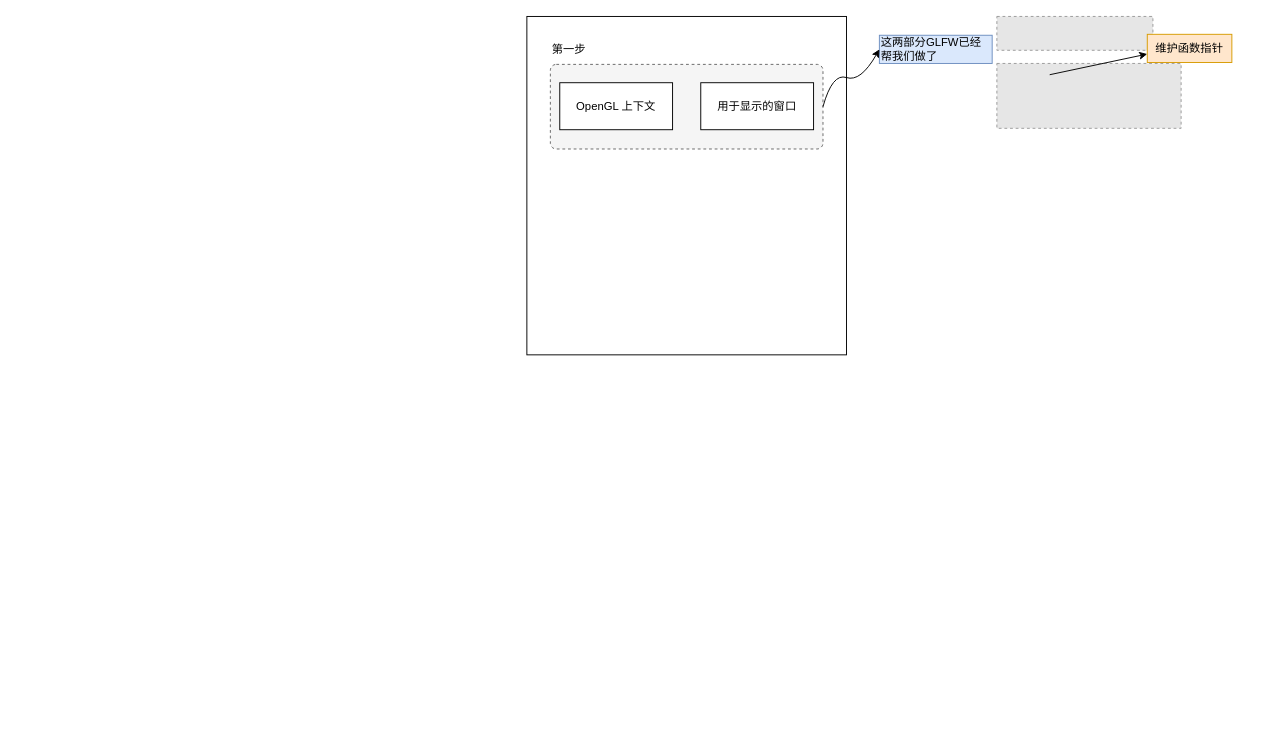
Earlier version of the draw.io diagram openGL.drawio (loflyer/learnopengl). Source tidied: cells renumbered, new cells numbered last; positions are measured from the earlier drawing's top-left corner, leaving out a move shared by most shapes. Both pictures are drawn from the tidied source at 94%, with x=0, y=0 at pixel (526, 16). Pictures stored in the file or linked from it are replaced by grey dashed boxes.
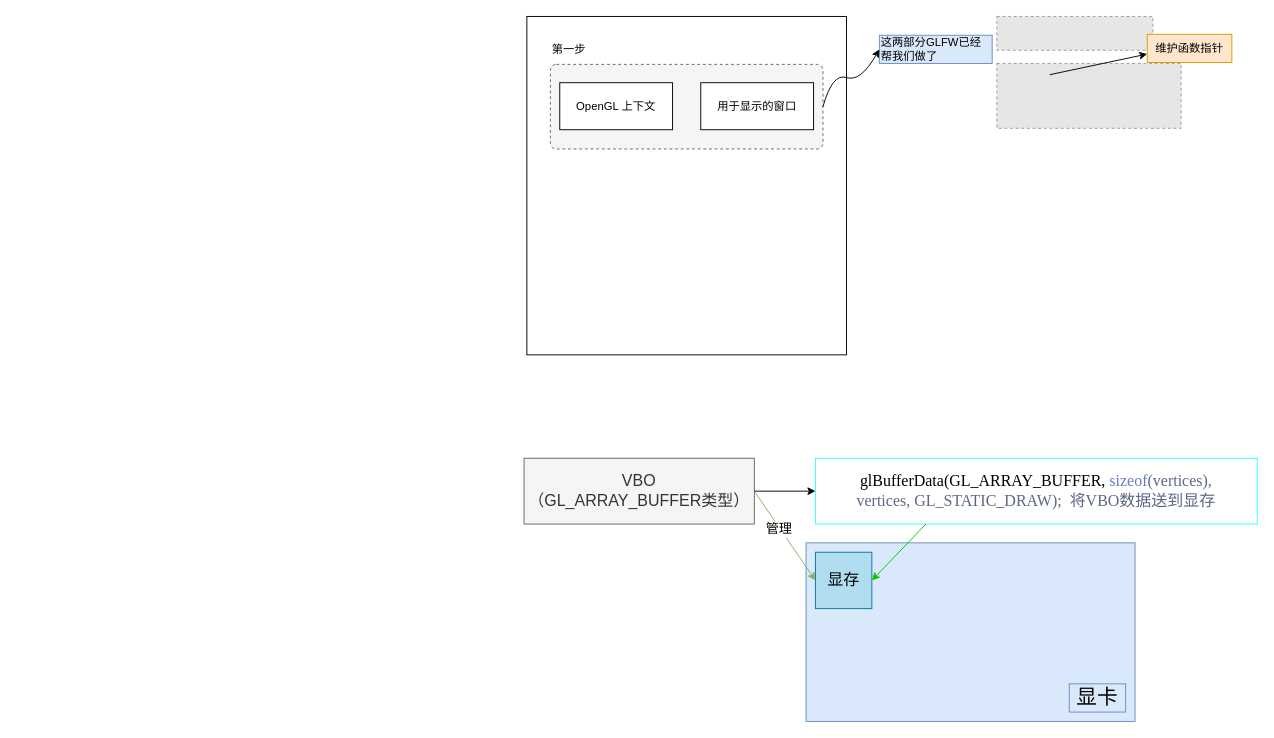
Above is the later version.

Diff of the diagram source:
```diff
@@
+    <mxCell id="13" style="group;" parent="1" vertex="1">
+      <mxGeometry x="-543" y="460" width="1320" height="290" as="geometry" />
+    </mxCell>
+    <mxCell id="14" style="group;" parent="13" vertex="1">
+      <mxGeometry x="540" y="10" width="780" height="280" as="geometry" />
+    </mxCell>
+    <mxCell id="15" style="rounded=0;whiteSpace=wrap;html=1;fillColor=#dae8fc;strokeColor=#6c8ebf;" parent="14" vertex="1">
+      <mxGeometry x="300" y="90" width="350" height="190" as="geometry" />
+    </mxCell>
+    <mxCell id="16" value="&lt;font style=&quot;font-size: 22px;&quot;&gt;显卡&lt;/font&gt;" style="text;html=1;strokeColor=#6c8ebf;fillColor=#dae8fc;align=center;verticalAlign=middle;whiteSpace=wrap;rounded=0;" parent="14" vertex="1">
+      <mxGeometry x="580" y="240" width="60" height="30" as="geometry" />
+    </mxCell>
+    <mxCell id="17" value="&lt;font face=&quot;Times New Roman&quot; style=&quot;font-size: 17px;&quot;&gt;显存&lt;/font&gt;" style="whiteSpace=wrap;html=1;fillColor=#b1ddf0;strokeColor=#10739e;" parent="14" vertex="1">
+      <mxGeometry x="310" y="100" width="60" height="60" as="geometry" />
+    </mxCell>
+    <mxCell id="18" value="&lt;font style=&quot;font-size: 17px;&quot;&gt;VBO&lt;br&gt;（GL_ARRAY_BUFFER类型）&lt;br&gt;&lt;/font&gt;" style="text;html=1;strokeColor=#666666;fillColor=#f5f5f5;align=center;verticalAlign=middle;whiteSpace=wrap;rounded=0;fontColor=#333333;" parent="14" vertex="1">
+      <mxGeometry width="245" height="70" as="geometry" />
+    </mxCell>
+    <mxCell id="19" style="endArrow=classic;html=1;rounded=0;exitX=1;exitY=0.5;exitDx=0;exitDy=0;entryX=0;entryY=0.5;entryDx=0;entryDy=0;fillColor=#d5e8d4;strokeColor=#82b366;" parent="14" edge="1" source="18" target="17">
+      <mxGeometry relative="1" as="geometry" />
+    </mxCell>
+    <mxCell id="20" value="&lt;font face=&quot;Comic Sans MS&quot; style=&quot;font-size: 14px;&quot;&gt;管理&lt;/font&gt;" style="edgeLabel;html=1;align=center;verticalAlign=middle;" parent="19" vertex="1">
+      <mxGeometry relative="1" as="geometry">
+        <mxPoint x="-7" y="-7" as="offset" />
+      </mxGeometry>
+    </mxCell>
+    <mxCell id="21" value="&lt;font face=&quot;Times New Roman&quot; style=&quot;font-size: 17px; background-color: rgb(255, 255, 255);&quot;&gt;glBufferData(GL_ARRAY_BUFFER,&amp;nbsp;&lt;span style=&quot;border-color: var(--border-color); box-sizing: border-box; color: rgb(102, 121, 204); text-align: start;&quot; class=&quot;hljs-keyword&quot;&gt;sizeof&lt;/span&gt;&lt;span style=&quot;border-color: var(--border-color); color: rgb(94, 102, 135); text-align: start;&quot;&gt;(vertices), &lt;br&gt;vertices, GL_STATIC_DRAW);&amp;nbsp; 将VBO数据送到显存&lt;/span&gt;&lt;/font&gt;" style="rounded=0;whiteSpace=wrap;html=1;strokeColor=#33FFFF;" parent="14" vertex="1">
+      <mxGeometry x="310" width="470" height="70" as="geometry" />
+    </mxCell>
+    <mxCell id="22" style="endArrow=classic;html=1;rounded=0;exitX=0.25;exitY=1;exitDx=0;exitDy=0;entryX=1;entryY=0.5;entryDx=0;entryDy=0;strokeColor=#00CC00;" parent="14" edge="1" source="21" target="17">
+      <mxGeometry relative="1" as="geometry" />
+    </mxCell>
+    <mxCell id="23" style="endArrow=classic;html=1;rounded=0;exitX=1;exitY=0.5;exitDx=0;exitDy=0;entryX=0;entryY=0.5;entryDx=0;entryDy=0;" parent="14" edge="1" source="18" target="21">
+      <mxGeometry relative="1" as="geometry" />
+    </mxCell>
```
